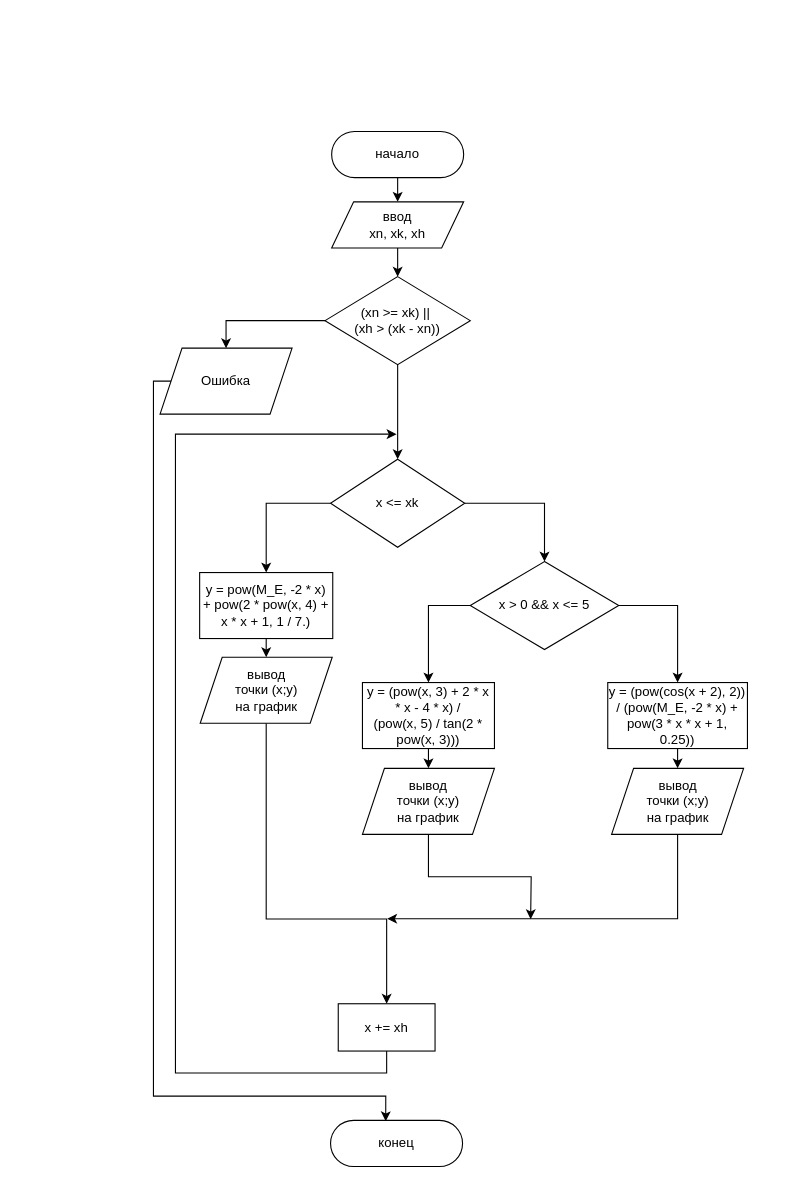
Before: LR34/Диаграмма без названия.drawio in SofiyK/OAIP, a draw.io diagram. Source tidied: cells renumbered, new cells numbered last; positions are measured from the earlier drawing's top-left corner, leaving out a move shared by most shapes. Both pictures are drawn from the tidied source at 110%, with x=0, y=0 at pixel (153, 131).
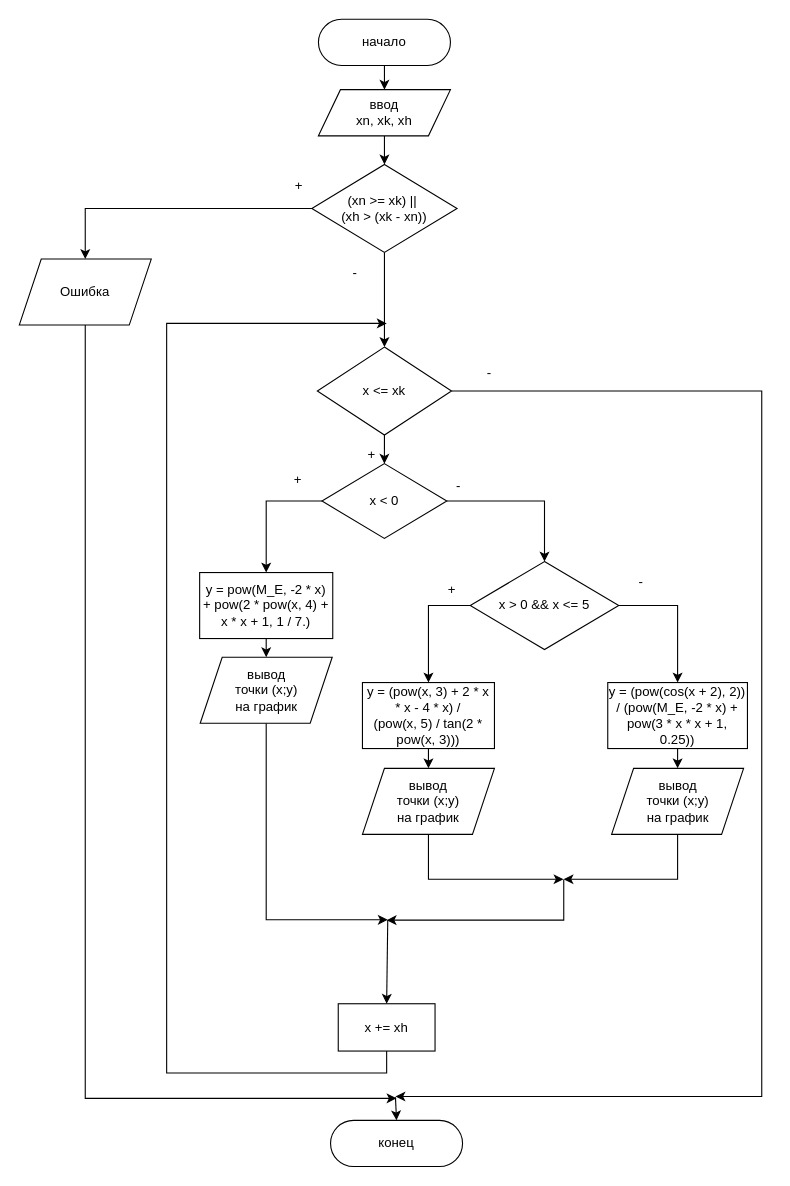
After the change.

Unchanged cells that the change refers to:
```xml
<mxCell id="15" value="x &amp;gt; 0 &amp;amp;&amp;amp; x &amp;lt;= 5" style="rhombus;whiteSpace=wrap;html=1;" parent="1" vertex="1">
  <mxGeometry x="288" y="391" width="135" height="80" as="geometry" />
</mxCell>
<mxCell id="17" value="y = pow(M_E, -2 * x) + pow(2 * pow(x, 4) + x * x + 1, 1 / 7.)" style="rounded=0;whiteSpace=wrap;html=1;" parent="1" vertex="1">
  <mxGeometry x="42" y="401" width="121" height="60" as="geometry" />
</mxCell>
<mxCell id="23" value="x += xh" style="rounded=0;whiteSpace=wrap;html=1;" parent="1" vertex="1">
  <mxGeometry x="168" y="793" width="88" height="43" as="geometry" />
</mxCell>
<mxCell id="25" value="вывод&lt;div&gt;точки (x;y)&lt;/div&gt;&lt;div&gt;на график&lt;/div&gt;" style="shape=parallelogram;perimeter=parallelogramPerimeter;whiteSpace=wrap;html=1;fixedSize=1;" parent="1" vertex="1">
  <mxGeometry x="42.5" y="478" width="120" height="60" as="geometry" />
</mxCell>
<mxCell id="27" value="вывод&lt;div&gt;точки (x;y)&lt;/div&gt;&lt;div&gt;на график&lt;/div&gt;" style="shape=parallelogram;perimeter=parallelogramPerimeter;whiteSpace=wrap;html=1;fixedSize=1;" parent="1" vertex="1">
  <mxGeometry x="190" y="579" width="120" height="60" as="geometry" />
</mxCell>
<mxCell id="29" value="вывод&lt;div&gt;точки (x;y)&lt;/div&gt;&lt;div&gt;на график&lt;/div&gt;" style="shape=parallelogram;perimeter=parallelogramPerimeter;whiteSpace=wrap;html=1;fixedSize=1;" parent="1" vertex="1">
  <mxGeometry x="416.5" y="579" width="120" height="60" as="geometry" />
</mxCell>
<mxCell id="30" value="конец" style="rounded=1;whiteSpace=wrap;html=1;arcSize=50;" parent="1" vertex="1">
  <mxGeometry x="161" y="899" width="120" height="42" as="geometry" />
</mxCell>
```

Change to the diagram source:
```diff
@@
     <mxCell id="3" value="начало" style="rounded=1;whiteSpace=wrap;html=1;arcSize=50;" parent="1" vertex="1">
-      <mxGeometry x="162" width="120" height="42" as="geometry" />
+      <mxGeometry x="150" y="-102" width="120" height="42" as="geometry" />
     </mxCell>
@@
     <mxCell id="5" value="ввод&lt;div&gt;xn, xk, xh&lt;/div&gt;" style="shape=parallelogram;perimeter=parallelogramPerimeter;whiteSpace=wrap;html=1;fixedSize=1;" parent="1" vertex="1">
-      <mxGeometry x="162" y="64" width="120" height="42" as="geometry" />
+      <mxGeometry x="150" y="-38" width="120" height="42" as="geometry" />
     </mxCell>
@@
     <mxCell id="8" value="(xn &amp;gt;= xk) ||&amp;nbsp;&lt;div&gt;(xh &amp;gt; (xk - xn))&lt;/div&gt;" style="rhombus;whiteSpace=wrap;html=1;" parent="1" vertex="1">
-      <mxGeometry x="156" y="132" width="132" height="80" as="geometry" />
+      <mxGeometry x="144" y="30" width="132" height="80" as="geometry" />
     </mxCell>
+    <mxCell id="32" style="edgeStyle=orthogonalEdgeStyle;rounded=0;jettySize=auto;html=1;exitX=0.5;exitY=1;exitDx=0;exitDy=0;" parent="1" edge="1" source="9">
+      <mxGeometry relative="1" as="geometry">
+        <mxPoint x="221" y="879" as="targetPoint" />
+        <Array as="points">
+          <mxPoint x="-62" y="879" />
+        </Array>
+      </mxGeometry>
+    </mxCell>
     <mxCell id="9" value="Ошибка" style="shape=parallelogram;perimeter=parallelogramPerimeter;whiteSpace=wrap;html=1;fixedSize=1;" parent="1" vertex="1">
-      <mxGeometry x="6" y="197" width="120" height="60" as="geometry" />
+      <mxGeometry x="-122" y="116" width="120" height="60" as="geometry" />
     </mxCell>
-    <mxCell id="10" style="edgeStyle=orthogonalEdgeStyle;rounded=0;jettySize=auto;html=1;exitX=0;exitY=0.5;exitDx=0;exitDy=0;entryX=0.5;entryY=0;entryDx=0;entryDy=0;" parent="1" edge="1" source="12" target="17">
-      <mxGeometry relative="1" as="geometry" />
-    </mxCell>
-    <mxCell id="11" style="edgeStyle=orthogonalEdgeStyle;rounded=0;jettySize=auto;html=1;exitX=1;exitY=0.5;exitDx=0;exitDy=0;entryX=0.5;entryY=0;entryDx=0;entryDy=0;" parent="1" edge="1" source="12" target="15">
-      <mxGeometry relative="1" as="geometry" />
-    </mxCell>
+    <mxCell id="33" style="edgeStyle=orthogonalEdgeStyle;rounded=0;jettySize=auto;html=1;exitX=0.5;exitY=1;exitDx=0;exitDy=0;entryX=0.5;entryY=0;entryDx=0;entryDy=0;" parent="1" edge="1" source="12" target="43">
+      <mxGeometry relative="1" as="geometry" />
+    </mxCell>
+    <mxCell id="34" style="edgeStyle=orthogonalEdgeStyle;rounded=0;jettySize=auto;html=1;exitX=1;exitY=0.5;exitDx=0;exitDy=0;" parent="1" edge="1" source="12">
+      <mxGeometry relative="1" as="geometry">
+        <mxPoint x="220" y="877.3" as="targetPoint" />
+        <Array as="points">
+          <mxPoint x="553" y="236" />
+          <mxPoint x="553" y="877" />
+        </Array>
+      </mxGeometry>
+    </mxCell>
     <mxCell id="12" value="x &amp;lt;= xk" style="rhombus;whiteSpace=wrap;html=1;" parent="1" vertex="1">
-      <mxGeometry x="161" y="298" width="122" height="80" as="geometry" />
+      <mxGeometry x="149" y="196" width="122" height="80" as="geometry" />
     </mxCell>
@@
-    <mxCell id="22" style="edgeStyle=orthogonalEdgeStyle;rounded=0;jettySize=auto;html=1;exitX=0.5;exitY=1;exitDx=0;exitDy=0;" parent="1" edge="1" source="23">
-      <mxGeometry relative="1" as="geometry">
-        <mxPoint x="221" y="275.2" as="targetPoint" />
-        <Array as="points">
-          <mxPoint x="212" y="856" />
-          <mxPoint x="20" y="856" />
-          <mxPoint x="20" y="275" />
-        </Array>
-      </mxGeometry>
-    </mxCell>
+    <mxCell id="35" style="edgeStyle=orthogonalEdgeStyle;rounded=0;jettySize=auto;html=1;exitX=0.5;exitY=1;exitDx=0;exitDy=0;" parent="1" edge="1" source="23">
+      <mxGeometry relative="1" as="geometry">
+        <mxPoint x="212.1" y="174.5" as="targetPoint" />
+        <Array as="points">
+          <mxPoint x="212" y="856" />
+          <mxPoint x="12" y="856" />
+          <mxPoint x="12" y="175" />
+        </Array>
+      </mxGeometry>
+    </mxCell>
@@
-    <mxCell id="24" style="edgeStyle=orthogonalEdgeStyle;rounded=0;jettySize=auto;html=1;exitX=0.5;exitY=1;exitDx=0;exitDy=0;entryX=0.5;entryY=0;entryDx=0;entryDy=0;" parent="1" edge="1" source="25" target="23">
-      <mxGeometry relative="1" as="geometry">
-        <Array as="points">
-          <mxPoint x="103" y="716" />
-          <mxPoint x="212" y="716" />
-        </Array>
-      </mxGeometry>
-    </mxCell>
+    <mxCell id="36" style="edgeStyle=orthogonalEdgeStyle;rounded=0;jettySize=auto;html=1;exitX=0.5;exitY=1;exitDx=0;exitDy=0;" parent="1" edge="1" source="25">
+      <mxGeometry relative="1" as="geometry">
+        <mxPoint x="213" y="716.7" as="targetPoint" />
+        <Array as="points">
+          <mxPoint x="103" y="717" />
+        </Array>
+      </mxGeometry>
+    </mxCell>
@@
-    <mxCell id="26" style="edgeStyle=orthogonalEdgeStyle;rounded=0;jettySize=auto;html=1;exitX=0.5;exitY=1;exitDx=0;exitDy=0;" parent="1" edge="1" source="27">
-      <mxGeometry relative="1" as="geometry">
-        <mxPoint x="342.9" y="716.1" as="targetPoint" />
-      </mxGeometry>
-    </mxCell>
+    <mxCell id="37" style="edgeStyle=orthogonalEdgeStyle;rounded=0;jettySize=auto;html=1;exitX=0.5;exitY=1;exitDx=0;exitDy=0;" parent="1" edge="1" source="27">
+      <mxGeometry relative="1" as="geometry">
+        <mxPoint x="372.8" y="679.8" as="targetPoint" />
+        <Array as="points">
+          <mxPoint x="250" y="680" />
+          <mxPoint x="373" y="680" />
+        </Array>
+      </mxGeometry>
+    </mxCell>
@@
-    <mxCell id="28" style="edgeStyle=orthogonalEdgeStyle;rounded=0;jettySize=auto;html=1;exitX=0.5;exitY=1;exitDx=0;exitDy=0;" parent="1" edge="1" source="29">
-      <mxGeometry relative="1" as="geometry">
-        <mxPoint x="212.5" y="715.7" as="targetPoint" />
-        <Array as="points">
-          <mxPoint x="477" y="716" />
-        </Array>
-      </mxGeometry>
-    </mxCell>
+    <mxCell id="38" style="edgeStyle=orthogonalEdgeStyle;rounded=0;jettySize=auto;html=1;exitX=0.5;exitY=1;exitDx=0;exitDy=0;" parent="1" edge="1" source="29">
+      <mxGeometry relative="1" as="geometry">
+        <mxPoint x="372.8" y="679.8" as="targetPoint" />
+        <Array as="points">
+          <mxPoint x="477" y="680" />
+          <mxPoint x="373" y="680" />
+        </Array>
+      </mxGeometry>
+    </mxCell>
@@
-    <mxCell id="31" style="edgeStyle=orthogonalEdgeStyle;rounded=0;jettySize=auto;html=1;exitX=0;exitY=0.5;exitDx=0;exitDy=0;entryX=0.418;entryY=0.02;entryDx=0;entryDy=0;entryPerimeter=0;" parent="1" edge="1" source="9" target="30">
-      <mxGeometry relative="1" as="geometry">
-        <Array as="points">
-          <mxPoint y="227" />
-          <mxPoint y="877" />
-          <mxPoint x="211" y="877" />
-        </Array>
-      </mxGeometry>
-    </mxCell>
+    <mxCell id="39" value="+" style="text;html=1;align=center;verticalAlign=middle;strokeColor=none;fillColor=none;" parent="1" vertex="1">
+      <mxGeometry x="119" y="37" width="25" height="26" as="geometry" />
+    </mxCell>
+    <mxCell id="40" value="-" style="text;html=1;align=center;verticalAlign=middle;strokeColor=none;fillColor=none;" parent="1" vertex="1">
+      <mxGeometry x="172" y="116" width="22" height="26" as="geometry" />
+    </mxCell>
+    <mxCell id="41" style="edgeStyle=orthogonalEdgeStyle;rounded=0;jettySize=auto;html=1;exitX=0;exitY=0.5;exitDx=0;exitDy=0;entryX=0.5;entryY=0;entryDx=0;entryDy=0;" parent="1" edge="1" source="43" target="17">
+      <mxGeometry relative="1" as="geometry" />
+    </mxCell>
+    <mxCell id="42" style="edgeStyle=orthogonalEdgeStyle;rounded=0;jettySize=auto;html=1;exitX=1;exitY=0.5;exitDx=0;exitDy=0;entryX=0.5;entryY=0;entryDx=0;entryDy=0;" parent="1" edge="1" source="43" target="15">
+      <mxGeometry relative="1" as="geometry" />
+    </mxCell>
+    <mxCell id="43" value="x &amp;lt; 0" style="rhombus;whiteSpace=wrap;html=1;" parent="1" vertex="1">
+      <mxGeometry x="153.2" y="302" width="113.5" height="68" as="geometry" />
+    </mxCell>
+    <mxCell id="44" value="+" style="text;html=1;align=center;verticalAlign=middle;strokeColor=none;fillColor=none;" parent="1" vertex="1">
+      <mxGeometry x="118" y="304" width="25" height="26" as="geometry" />
+    </mxCell>
+    <mxCell id="45" value="+" style="text;html=1;align=center;verticalAlign=middle;strokeColor=none;fillColor=none;" parent="1" vertex="1">
+      <mxGeometry x="258" y="404" width="25" height="26" as="geometry" />
+    </mxCell>
+    <mxCell id="46" value="+" style="text;html=1;align=center;verticalAlign=middle;strokeColor=none;fillColor=none;" parent="1" vertex="1">
+      <mxGeometry x="185" y="281" width="25" height="26" as="geometry" />
+    </mxCell>
+    <mxCell id="47" value="-" style="text;html=1;align=center;verticalAlign=middle;strokeColor=none;fillColor=none;" parent="1" vertex="1">
+      <mxGeometry x="294" y="207" width="22" height="26" as="geometry" />
+    </mxCell>
+    <mxCell id="48" value="-" style="text;html=1;align=center;verticalAlign=middle;strokeColor=none;fillColor=none;" parent="1" vertex="1">
+      <mxGeometry x="266" y="309" width="22" height="26" as="geometry" />
+    </mxCell>
+    <mxCell id="49" value="-" style="text;html=1;align=center;verticalAlign=middle;strokeColor=none;fillColor=none;" parent="1" vertex="1">
+      <mxGeometry x="432" y="397" width="22" height="26" as="geometry" />
+    </mxCell>
+    <mxCell id="50" style="endArrow=classic;html=1;rounded=0;" parent="1" edge="1">
+      <mxGeometry relative="1" as="geometry">
+        <mxPoint x="373" y="680" as="sourcePoint" />
+        <mxPoint x="212" y="717" as="targetPoint" />
+        <Array as="points">
+          <mxPoint x="373" y="717" />
+        </Array>
+      </mxGeometry>
+    </mxCell>
+    <mxCell id="51" style="endArrow=classic;html=1;rounded=0;entryX=0.5;entryY=0;entryDx=0;entryDy=0;" parent="1" edge="1" target="23">
+      <mxGeometry relative="1" as="geometry">
+        <mxPoint x="213" y="717" as="sourcePoint" />
+      </mxGeometry>
+    </mxCell>
+    <mxCell id="52" style="endArrow=classic;html=1;rounded=0;entryX=0.5;entryY=0;entryDx=0;entryDy=0;" parent="1" edge="1" target="30">
+      <mxGeometry relative="1" as="geometry">
+        <mxPoint x="220" y="878" as="sourcePoint" />
+      </mxGeometry>
+    </mxCell>
```
